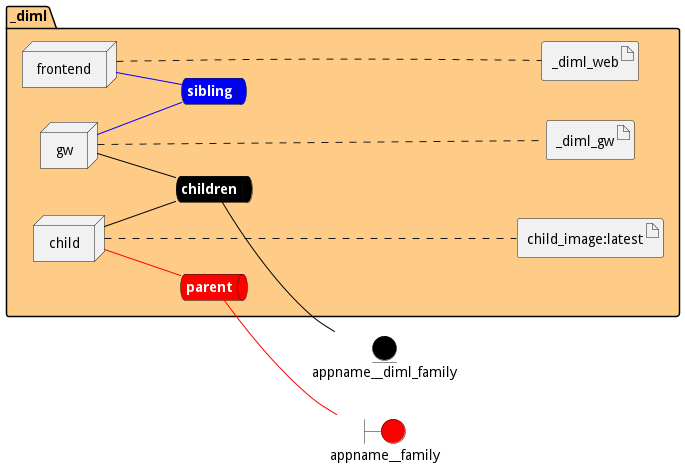
Above: docs/sabr/diml/envs/test/deployment.png in madajaju/sabr (PlantUML), before the change. Its diagram source:
```plantuml
@startuml

left to right direction


boundary appname__family #red


entity appname__diml_family #black




package "_diml" #ffcc88 {
    queue childrennet #black [
            <b><color:white>children</color></b>
    ]

    childrennet -[#black]- appname__diml_family

    queue siblingnet #blue [
            <b><color:white>sibling</color></b>
    ]

    queue parentnet #red [
            <b><color:white>parent</color></b>
    ]

    parentnet -[#red]- appname__family


node "child" as childService
node "frontend" as frontendService
node "gw" as gwService


        artifact "child_image:latest" as child_imagelatestimage

        artifact "_diml_web" as _diml_webimage

        artifact "_diml_gw" as _diml_gwimage

}

childService -[#black]- childrennet

childService -[#red]- parentnet

frontendService -[#blue]- siblingnet

gwService -[#black]- childrennet

gwService -[#blue]- siblingnet
childService .... child_imagelatestimage
frontendService .... _diml_webimage
gwService .... _diml_gwimage


@enduml
```
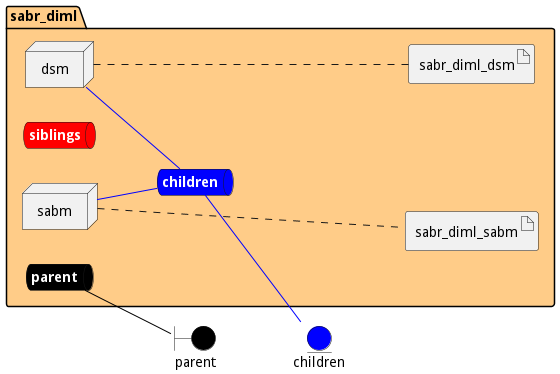
Later version of the same file.

Change to the diagram source:
```diff
@@ -3,57 +3,47 @@
 left to right direction
 
 
-boundary appname__family #red
+boundary parent #black
 
 
-entity appname__diml_family #black
+entity children #blue
 
 
 
 
-package "_diml" #ffcc88 {
-    queue childrennet #black [
+package "sabr_diml" #ffcc88 {
+    queue parentnet #black [
+            <b><color:white>parent</color></b>
+    ]
+
+    parentnet -[#black]- parent
+
+    queue childrennet #blue [
             <b><color:white>children</color></b>
     ]
 
-    childrennet -[#black]- appname__diml_family
+    childrennet -[#blue]- children
 
-    queue siblingnet #blue [
-            <b><color:white>sibling</color></b>
+    queue siblingsnet #red [
+            <b><color:white>siblings</color></b>
     ]
 
-    queue parentnet #red [
-            <b><color:white>parent</color></b>
-    ]
 
-    parentnet -[#red]- appname__family
+node "dsm" as dsmService
+node "sabm" as sabmService
 
 
-node "child" as childService
-node "frontend" as frontendService
-node "gw" as gwService
+        artifact "sabr_diml_dsm" as sabr_diml_dsmimage
 
-
-        artifact "child_image:latest" as child_imagelatestimage
-
-        artifact "_diml_web" as _diml_webimage
-
-        artifact "_diml_gw" as _diml_gwimage
+        artifact "sabr_diml_sabm" as sabr_diml_sabmimage
 
 }
 
-childService -[#black]- childrennet
+dsmService -[#blue]- childrennet
 
-childService -[#red]- parentnet
-
-frontendService -[#blue]- siblingnet
-
-gwService -[#black]- childrennet
-
-gwService -[#blue]- siblingnet
-childService .... child_imagelatestimage
-frontendService .... _diml_webimage
-gwService .... _diml_gwimage
+sabmService -[#blue]- childrennet
+dsmService .... sabr_diml_dsmimage
+sabmService .... sabr_diml_sabmimage
 
 
 @enduml
```
